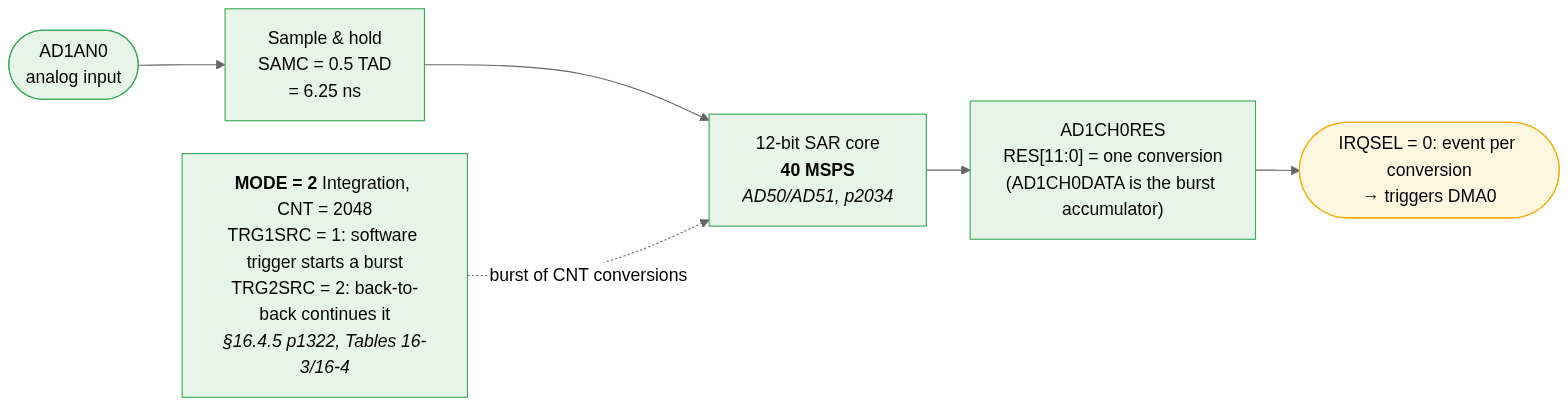
The Mermaid diagram docs/02_adc_path.png in MicrochipTech/dspic33a-high-speed-adc-example, before a commit. Its source is kept beside it as docs/02_adc_path.mmd.
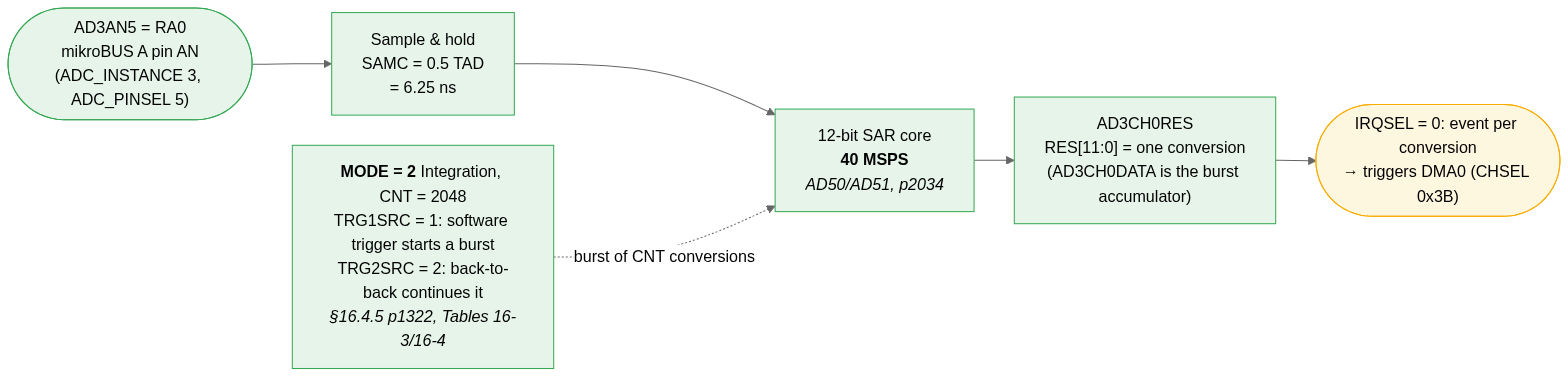
The same file after the commit.

Diff of the diagram source:
```diff
@@ -1,11 +1,11 @@
 %%{init: {'theme':'neutral', 'flowchart':{'curve':'basis','nodeSpacing':30,'rankSpacing':40,'htmlLabels':true}}}%%
 flowchart LR
 
-    PIN(["AD1AN0<br/>analog input"]) --> SH["Sample &amp; hold<br/>SAMC = 0.5 TAD<br/>= 6.25 ns"]
+    PIN(["AD3AN5 = RA0<br/>mikroBUS A pin AN<br/>(ADC_INSTANCE 3, ADC_PINSEL 5)"]) --> SH["Sample &amp; hold<br/>SAMC = 0.5 TAD<br/>= 6.25 ns"]
     SH --> CORE["12-bit SAR core<br/><b>40 MSPS</b><br/><i>AD50/AD51, p2034</i>"]
     TRG["<b>MODE = 2</b> Integration, CNT = 2048<br/>TRG1SRC = 1: software trigger starts a burst<br/>TRG2SRC = 2: back-to-back continues it<br/><i>§16.4.5 p1322, Tables 16-3/16-4</i>"] -. "burst of CNT conversions" .-> CORE
-    CORE --> RES["AD1CH0RES<br/>RES[11:0] = one conversion<br/>(AD1CH0DATA is the burst accumulator)"]
-    RES --> OUTP(["IRQSEL = 0: event per conversion<br/>→ triggers DMA0"])
+    CORE --> RES["AD3CH0RES<br/>RES[11:0] = one conversion<br/>(AD3CH0DATA is the burst accumulator)"]
+    RES --> OUTP(["IRQSEL = 0: event per conversion<br/>→ triggers DMA0 (CHSEL 0x3B)"])
 
     classDef adc  fill:#e6f4ea,stroke:#34a853
     classDef dma  fill:#fef7e0,stroke:#f9ab00
```
